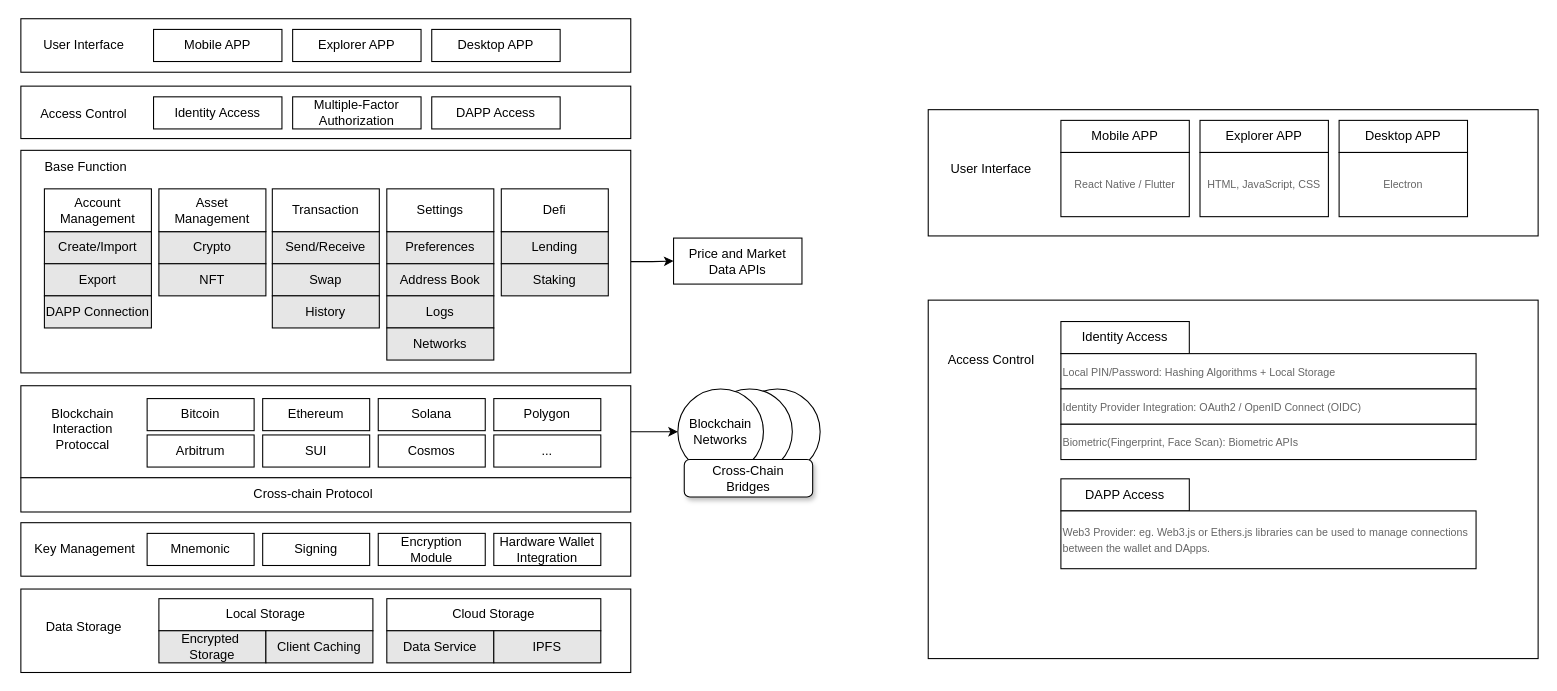
Earlier version of the draw.io diagram Wallet.drawio (hikariiiiiii/draw). Source tidied: cells renumbered, new cells numbered last; positions are measured from the earlier drawing's top-left corner, leaving out a move shared by most shapes. Both pictures are drawn from the tidied source at 107%, with x=0, y=0 at pixel (18, 18).
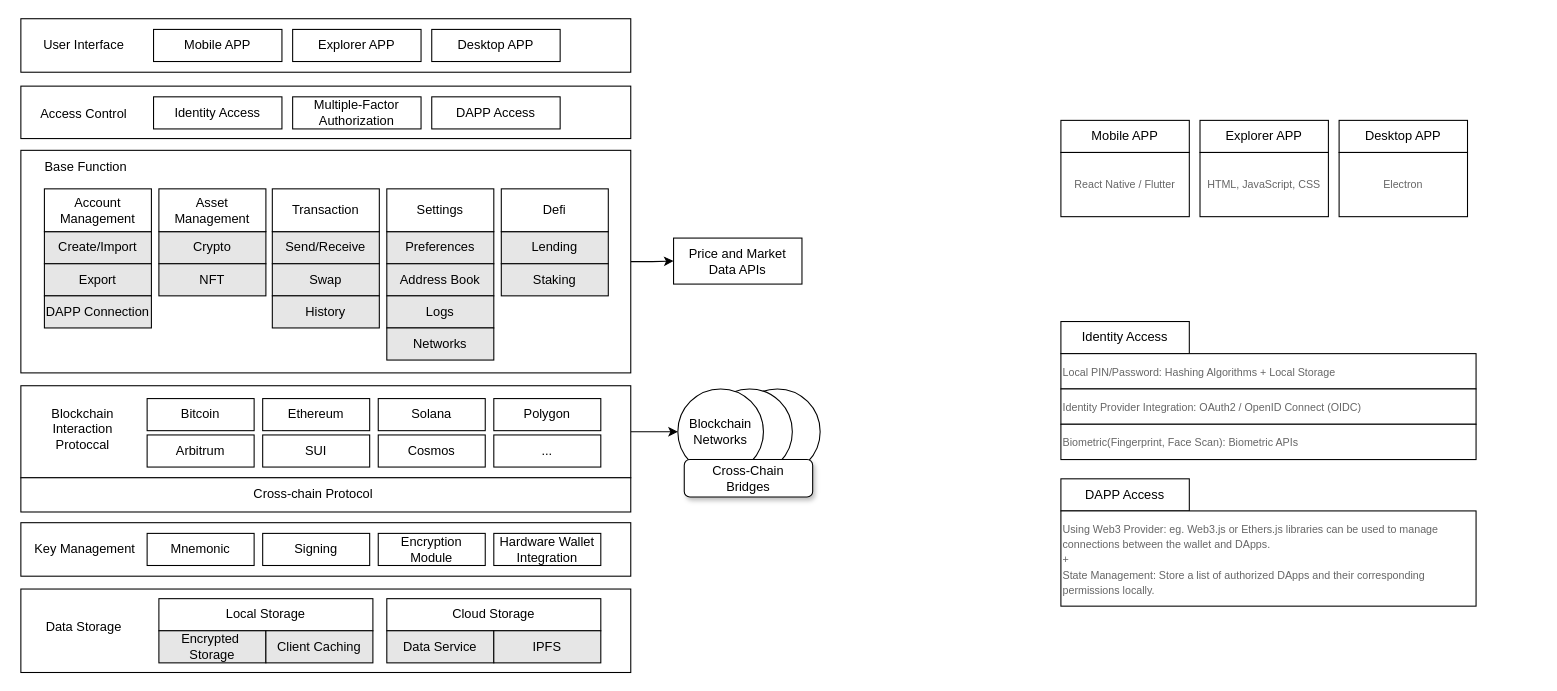
The same diagram, later.

What changed in the source:
```diff
@@
-    <mxCell id="66" style="rounded=0;whiteSpace=wrap;html=1;" parent="1" vertex="1">
-      <mxGeometry x="850" y="85" width="570" height="118" as="geometry" />
-    </mxCell>
-    <mxCell id="67" value="User Interface" style="text;html=1;align=center;verticalAlign=middle;whiteSpace=wrap;rounded=0;" parent="1" vertex="1">
-      <mxGeometry x="854" y="126" width="110" height="30" as="geometry" />
-    </mxCell>
@@
-    <mxCell id="74" style="rounded=0;whiteSpace=wrap;html=1;" parent="1" vertex="1">
-      <mxGeometry x="850" y="263" width="570" height="335" as="geometry" />
-    </mxCell>
-    <mxCell id="75" value="Access Control" style="text;html=1;align=center;verticalAlign=middle;whiteSpace=wrap;rounded=0;" parent="1" vertex="1">
-      <mxGeometry x="854" y="304" width="110" height="30" as="geometry" />
-    </mxCell>
@@
-    <mxCell id="81" value="&lt;font style=&quot;font-size: 10px; color: rgb(102, 102, 102);&quot;&gt;Web3 Provider: eg.&amp;nbsp;&lt;span&gt;Web3.js&lt;/span&gt; or &lt;span&gt;Ethers.js&lt;/span&gt; libraries can be used to manage connections between the wallet and DApps.&amp;nbsp;&lt;/font&gt;" style="rounded=0;whiteSpace=wrap;html=1;align=left;" parent="1" vertex="1">
-      <mxGeometry x="974" y="460" width="388" height="54" as="geometry" />
+    <mxCell id="81" value="&lt;font style=&quot;color: rgb(102, 102, 102); font-size: 10px;&quot;&gt;Using Web3 Provider: eg.&amp;nbsp;&lt;span style=&quot;&quot;&gt;Web3.js&lt;/span&gt; or &lt;span style=&quot;&quot;&gt;Ethers.js&lt;/span&gt; libraries can be used to manage connections between the wallet and DApps.&amp;nbsp;&lt;/font&gt;&lt;div&gt;&lt;span style=&quot;color: light-dark(rgb(102, 102, 102), rgb(149, 149, 149)); font-size: 10px; background-color: transparent;&quot;&gt;+&lt;/span&gt;&lt;/div&gt;&lt;div&gt;&lt;span style=&quot;color: light-dark(rgb(102, 102, 102), rgb(149, 149, 149)); font-size: 10px; background-color: transparent;&quot;&gt;State Management: Store a list of authorized DApps and their corresponding permissions locally.&lt;/span&gt;&lt;/div&gt;" style="rounded=0;whiteSpace=wrap;html=1;align=left;" parent="1" vertex="1">
+      <mxGeometry x="974" y="460" width="388" height="89" as="geometry" />
     </mxCell>
```
